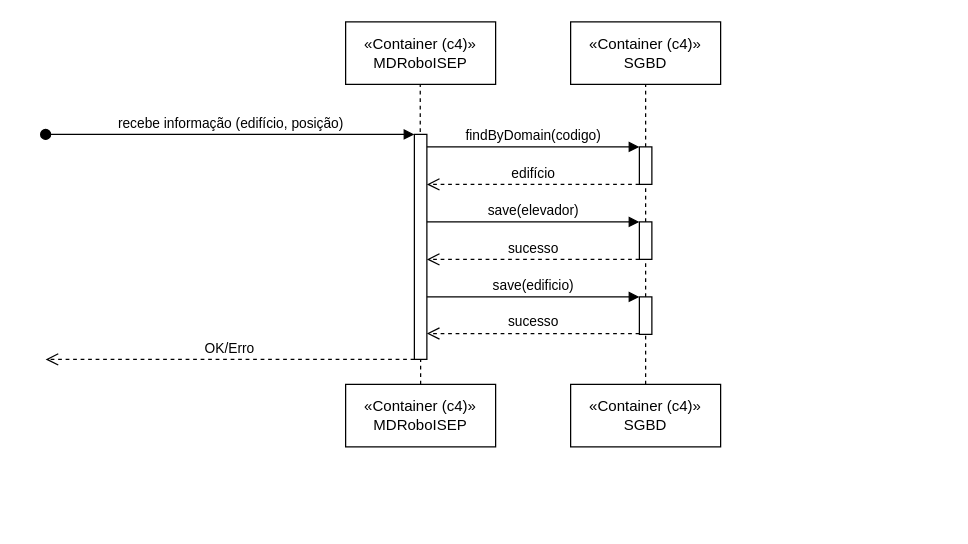
The draw.io diagram docs/Sprint_A/US_270/N2/N2_VP.drawio in SEM5PI2324G58/sem5pi_g58_23_24, before the edit. Source tidied: cells renumbered, new cells numbered last; positions are measured from the earlier drawing's top-left corner, leaving out a move shared by most shapes. Both pictures are drawn from the tidied source at 125%, with x=0, y=0 at pixel (45, 21).
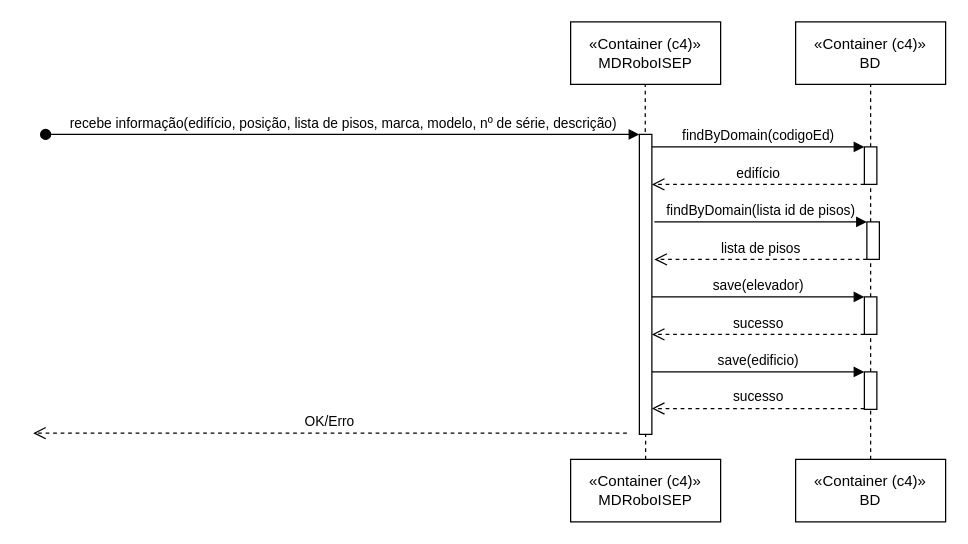
The same diagram, later.

What changed in the source:
```diff
@@
     <mxCell id="2" value="«Container (c4)»&lt;br&gt;MDRoboISEP" style="html=1;whiteSpace=wrap;" parent="1" vertex="1">
-      <mxGeometry x="240" width="120" height="50" as="geometry" />
+      <mxGeometry x="420" width="120" height="50" as="geometry" />
     </mxCell>
     <mxCell id="3" style="endArrow=none;dashed=1;html=1;rounded=0;entryX=0.5;entryY=1;entryDx=0;entryDy=0;" parent="1" edge="1">
       <mxGeometry relative="1" as="geometry">
-        <mxPoint x="299.7" y="100" as="sourcePoint" />
-        <mxPoint x="299.7" y="50" as="targetPoint" />
+        <mxPoint x="479.7" y="100" as="sourcePoint" />
+        <mxPoint x="479.7" y="50" as="targetPoint" />
       </mxGeometry>
     </mxCell>
     <mxCell id="4" style="endArrow=none;dashed=1;html=1;rounded=0;entryX=0.5;entryY=1;entryDx=0;entryDy=0;" parent="1" edge="1" target="5">
       <mxGeometry relative="1" as="geometry">
-        <mxPoint x="300" y="220" as="sourcePoint" />
+        <mxPoint x="480" y="220" as="sourcePoint" />
       </mxGeometry>
     </mxCell>
     <mxCell id="5" style="html=1;points=[[0,0,0,0,5],[0,1,0,0,-5],[1,0,0,0,5],[1,1,0,0,-5]];perimeter=orthogonalPerimeter;outlineConnect=0;targetShapes=umlLifeline;portConstraint=eastwest;newEdgeStyle={&quot;curved&quot;:0,&quot;rounded&quot;:0};" parent="1" vertex="1">
-      <mxGeometry x="295" y="90" width="10" height="180" as="geometry" />
+      <mxGeometry x="475" y="90" width="10" height="240" as="geometry" />
     </mxCell>
-    <mxCell id="6" value="recebe informação (edifício, posição)" style="html=1;verticalAlign=bottom;startArrow=oval;startFill=1;endArrow=block;startSize=8;curved=0;rounded=0;" parent="1" edge="1" target="5">
+    <mxCell id="6" value="recebe informação(edifício, posição, lista de pisos, marca, modelo, nº de série, descrição)" style="html=1;verticalAlign=bottom;startArrow=oval;startFill=1;endArrow=block;startSize=8;curved=0;rounded=0;" parent="1" edge="1" target="5">
       <mxGeometry relative="1" as="geometry">
         <mxPoint y="90" as="sourcePoint" />
       </mxGeometry>
     </mxCell>
     <mxCell id="7" value="OK/Erro" style="html=1;verticalAlign=bottom;endArrow=open;dashed=1;endSize=8;curved=0;rounded=0;" parent="1" edge="1">
       <mxGeometry relative="1" as="geometry">
-        <mxPoint x="295" y="270" as="sourcePoint" />
-        <mxPoint y="270" as="targetPoint" />
+        <mxPoint x="465" y="329" as="sourcePoint" />
+        <mxPoint x="-10" y="329" as="targetPoint" />
       </mxGeometry>
     </mxCell>
@@
     <mxCell id="9" value="«Container (c4)»&lt;br&gt;MDRoboISEP" style="html=1;whiteSpace=wrap;" parent="1" vertex="1">
-      <mxGeometry x="240" y="290" width="120" height="50" as="geometry" />
+      <mxGeometry x="420" y="350" width="120" height="50" as="geometry" />
     </mxCell>
-    <mxCell id="10" value="«Container (c4)»&lt;br&gt;SGBD" style="html=1;whiteSpace=wrap;" parent="1" vertex="1">
-      <mxGeometry x="420" y="290" width="120" height="50" as="geometry" />
+    <mxCell id="10" value="«Container (c4)»&lt;br&gt;BD" style="html=1;whiteSpace=wrap;" parent="1" vertex="1">
+      <mxGeometry x="600" y="350" width="120" height="50" as="geometry" />
     </mxCell>
-    <mxCell id="11" value="«Container (c4)»&lt;br&gt;SGBD" style="html=1;whiteSpace=wrap;" parent="1" vertex="1">
-      <mxGeometry x="420" width="120" height="50" as="geometry" />
+    <mxCell id="11" value="«Container (c4)»&lt;br&gt;BD" style="html=1;whiteSpace=wrap;" parent="1" vertex="1">
+      <mxGeometry x="600" width="120" height="50" as="geometry" />
     </mxCell>
@@
-    <mxCell id="13" value="findByDomain(codigo)" style="html=1;verticalAlign=bottom;endArrow=block;curved=0;rounded=0;" parent="1" edge="1">
+    <mxCell id="13" value="findByDomain(codigoEd)" style="html=1;verticalAlign=bottom;endArrow=block;curved=0;rounded=0;" parent="1" edge="1">
       <mxGeometry relative="1" as="geometry">
-        <mxPoint x="305" y="100" as="sourcePoint" />
-        <mxPoint x="475" y="100" as="targetPoint" />
+        <mxPoint x="485" y="100" as="sourcePoint" />
+        <mxPoint x="655" y="100" as="targetPoint" />
       </mxGeometry>
     </mxCell>
     <mxCell id="14" value="edifício" style="html=1;verticalAlign=bottom;endArrow=open;dashed=1;endSize=8;curved=0;rounded=0;exitX=0;exitY=1;exitDx=0;exitDy=-5;" parent="1" edge="1">
       <mxGeometry relative="1" as="geometry">
-        <mxPoint x="475" y="130" as="sourcePoint" />
-        <mxPoint x="305" y="130" as="targetPoint" />
+        <mxPoint x="655" y="130" as="sourcePoint" />
+        <mxPoint x="485" y="130" as="targetPoint" />
       </mxGeometry>
     </mxCell>
@@
     <mxCell id="16" style="html=1;points=[[0,0,0,0,5],[0,1,0,0,-5],[1,0,0,0,5],[1,1,0,0,-5]];perimeter=orthogonalPerimeter;outlineConnect=0;targetShapes=umlLifeline;portConstraint=eastwest;newEdgeStyle={&quot;curved&quot;:0,&quot;rounded&quot;:0};" parent="1" vertex="1">
-      <mxGeometry x="475" y="100" width="10" height="30" as="geometry" />
+      <mxGeometry x="655" y="100" width="10" height="30" as="geometry" />
     </mxCell>
     <mxCell id="17" value="save(elevador)" style="html=1;verticalAlign=bottom;endArrow=block;curved=0;rounded=0;" parent="1" edge="1">
       <mxGeometry relative="1" as="geometry">
-        <mxPoint x="305" y="160" as="sourcePoint" />
-        <mxPoint x="475" y="160" as="targetPoint" />
+        <mxPoint x="485" y="220" as="sourcePoint" />
+        <mxPoint x="655" y="220" as="targetPoint" />
       </mxGeometry>
     </mxCell>
-    <mxCell id="18" value="sucesso" style="html=1;verticalAlign=bottom;endArrow=open;dashed=1;endSize=8;curved=0;rounded=0;" parent="1" edge="1" source="20" target="5">
+    <mxCell id="18" value="sucesso" style="html=1;verticalAlign=bottom;endArrow=open;dashed=1;endSize=8;curved=0;rounded=0;" parent="1" edge="1" source="20">
       <mxGeometry relative="1" as="geometry">
+        <mxPoint x="485" y="250" as="targetPoint" />
         <Array as="points">
-          <mxPoint x="430" y="190" />
+          <mxPoint x="610" y="250" />
         </Array>
       </mxGeometry>
     </mxCell>
@@
     <mxCell id="20" style="html=1;points=[[0,0,0,0,5],[0,1,0,0,-5],[1,0,0,0,5],[1,1,0,0,-5]];perimeter=orthogonalPerimeter;outlineConnect=0;targetShapes=umlLifeline;portConstraint=eastwest;newEdgeStyle={&quot;curved&quot;:0,&quot;rounded&quot;:0};" parent="1" vertex="1">
-      <mxGeometry x="475" y="160" width="10" height="30" as="geometry" />
+      <mxGeometry x="655" y="220" width="10" height="30" as="geometry" />
     </mxCell>
     <mxCell id="21" value="save(edificio)" style="html=1;verticalAlign=bottom;endArrow=block;curved=0;rounded=0;" parent="1" edge="1">
       <mxGeometry relative="1" as="geometry">
-        <mxPoint x="305" y="220" as="sourcePoint" />
-        <mxPoint x="475" y="220" as="targetPoint" />
+        <mxPoint x="485" y="280" as="sourcePoint" />
+        <mxPoint x="655" y="280" as="targetPoint" />
       </mxGeometry>
     </mxCell>
     <mxCell id="22" value="sucesso" style="html=1;verticalAlign=bottom;endArrow=open;dashed=1;endSize=8;curved=0;rounded=0;" parent="1" edge="1">
       <mxGeometry relative="1" as="geometry">
-        <mxPoint x="475" y="249.3" as="sourcePoint" />
-        <mxPoint x="305" y="249.3" as="targetPoint" />
+        <mxPoint x="655" y="309.3" as="sourcePoint" />
+        <mxPoint x="485" y="309.3" as="targetPoint" />
         <Array as="points">
-          <mxPoint x="430" y="249.3" />
+          <mxPoint x="610" y="309.3" />
         </Array>
       </mxGeometry>
     </mxCell>
@@
     <mxCell id="24" style="html=1;points=[[0,0,0,0,5],[0,1,0,0,-5],[1,0,0,0,5],[1,1,0,0,-5]];perimeter=orthogonalPerimeter;outlineConnect=0;targetShapes=umlLifeline;portConstraint=eastwest;newEdgeStyle={&quot;curved&quot;:0,&quot;rounded&quot;:0};" parent="1" vertex="1">
-      <mxGeometry x="475" y="220" width="10" height="30" as="geometry" />
+      <mxGeometry x="655" y="280" width="10" height="30" as="geometry" />
     </mxCell>
+    <mxCell id="25" value="findByDomain(lista id de pisos)" style="html=1;verticalAlign=bottom;endArrow=block;curved=0;rounded=0;" parent="1" edge="1">
+      <mxGeometry relative="1" as="geometry">
+        <mxPoint x="487" y="160" as="sourcePoint" />
+        <mxPoint x="657" y="160" as="targetPoint" />
+      </mxGeometry>
+    </mxCell>
+    <mxCell id="26" value="lista de pisos" style="html=1;verticalAlign=bottom;endArrow=open;dashed=1;endSize=8;curved=0;rounded=0;" parent="1" edge="1" source="27">
+      <mxGeometry relative="1" as="geometry">
+        <mxPoint x="487" y="190" as="targetPoint" />
+        <Array as="points">
+          <mxPoint x="612" y="190" />
+        </Array>
+      </mxGeometry>
+    </mxCell>
+    <mxCell id="27" style="html=1;points=[[0,0,0,0,5],[0,1,0,0,-5],[1,0,0,0,5],[1,1,0,0,-5]];perimeter=orthogonalPerimeter;outlineConnect=0;targetShapes=umlLifeline;portConstraint=eastwest;newEdgeStyle={&quot;curved&quot;:0,&quot;rounded&quot;:0};" parent="1" vertex="1">
+      <mxGeometry x="657" y="160" width="10" height="30" as="geometry" />
+    </mxCell>
```
